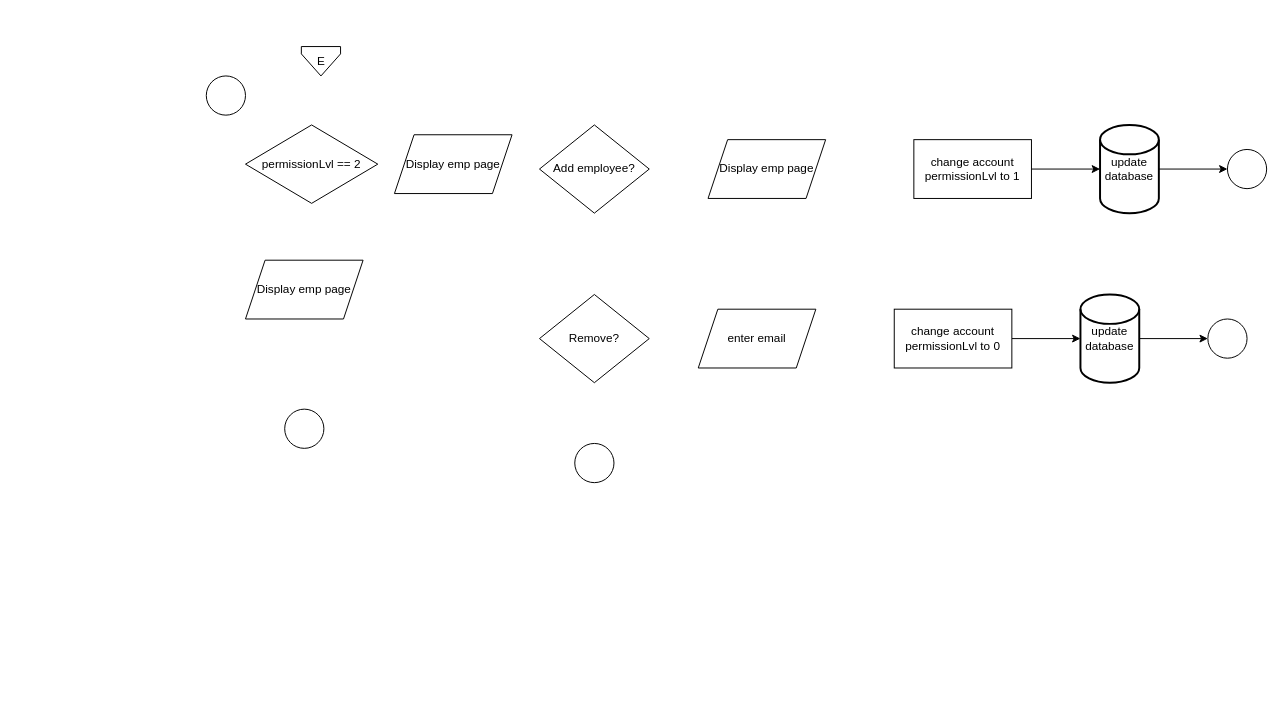
Earlier version of the draw.io diagram page "(A-3) Employee Page" (5 of 10) of Flowchart.drawio (justpaulmiguel/Web1Proj). Source tidied: cells renumbered, new cells numbered last; positions are measured from the earlier drawing's top-left corner, leaving out a move shared by most shapes. Both pictures are drawn from the tidied source at 98%, with x=0, y=0 at pixel (206, 46).
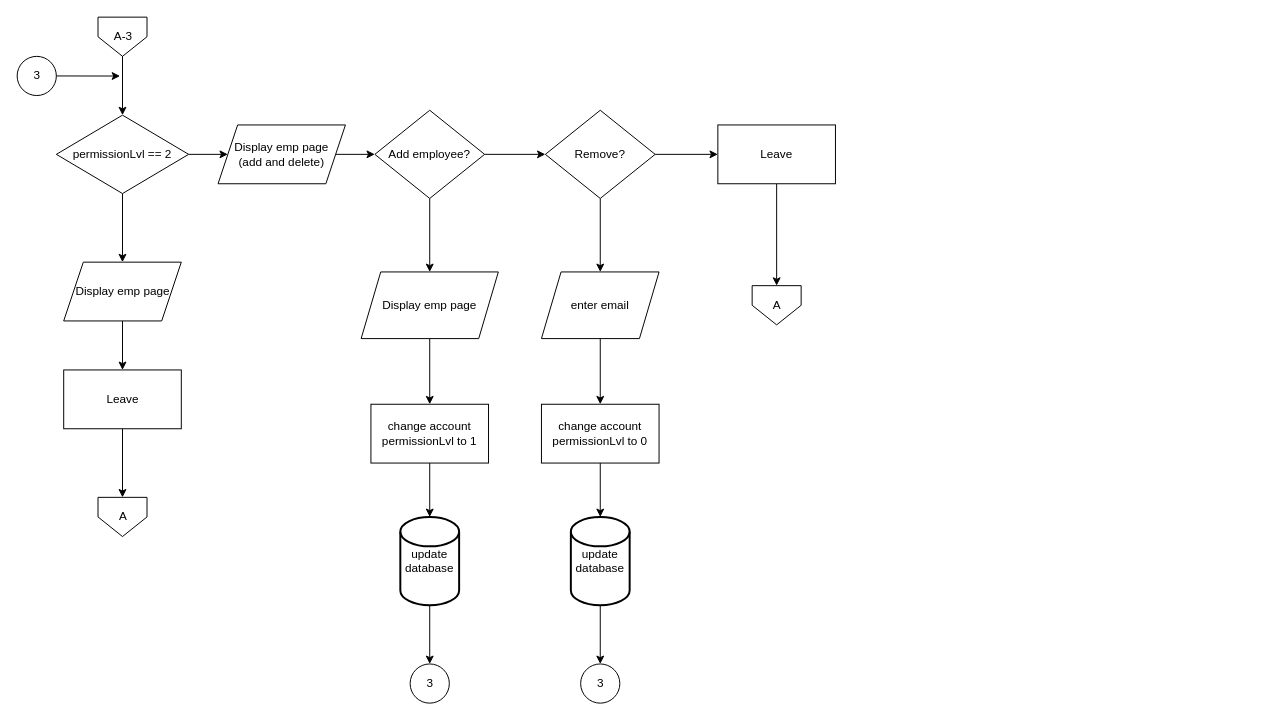
Above is the later version.

The edit, as a diff of the source:
```diff
@@
-    <mxCell id="2" value="E" style="verticalLabelPosition=middle;verticalAlign=middle;html=1;shape=offPageConnector;rounded=0;size=0.75;labelPosition=center;align=center;" parent="1" vertex="1">
-      <mxGeometry x="97" width="40" height="30" as="geometry" />
-    </mxCell>
+    <mxCell id="23" style="edgeStyle=none;html=1;exitX=0.5;exitY=1;exitDx=0;exitDy=0;entryX=0.5;entryY=0;entryDx=0;entryDy=0;" parent="1" edge="1" target="3">
+      <mxGeometry relative="1" as="geometry">
+        <mxPoint x="-85.5" as="sourcePoint" />
+      </mxGeometry>
+    </mxCell>
+    <mxCell id="24" style="edgeStyle=none;html=1;exitX=0.5;exitY=1;exitDx=0;exitDy=0;entryX=0.5;entryY=0;entryDx=0;entryDy=0;" parent="1" edge="1" source="3" target="6">
+      <mxGeometry relative="1" as="geometry" />
+    </mxCell>
+    <mxCell id="25" style="edgeStyle=none;html=1;exitX=1;exitY=0.5;exitDx=0;exitDy=0;entryX=0;entryY=0.5;entryDx=0;entryDy=0;" parent="1" edge="1" source="3" target="5">
+      <mxGeometry relative="1" as="geometry" />
+    </mxCell>
     <mxCell id="3" value="permissionLvl == 2" style="rhombus;whiteSpace=wrap;html=1;" parent="1" vertex="1">
-      <mxGeometry x="40" y="80" width="135" height="80" as="geometry" />
+      <mxGeometry x="-153" y="70" width="135" height="80" as="geometry" />
     </mxCell>
+    <mxCell id="26" style="edgeStyle=none;html=1;exitX=1;exitY=0.5;exitDx=0;exitDy=0;entryX=0;entryY=0.5;entryDx=0;entryDy=0;" parent="1" edge="1" source="4" target="7">
+      <mxGeometry relative="1" as="geometry" />
+    </mxCell>
+    <mxCell id="27" style="edgeStyle=none;html=1;exitX=0.5;exitY=1;exitDx=0;exitDy=0;" parent="1" edge="1" source="4" target="13">
+      <mxGeometry relative="1" as="geometry" />
+    </mxCell>
     <mxCell id="4" value="Add employee?" style="rhombus;whiteSpace=wrap;html=1;" parent="1" vertex="1">
-      <mxGeometry x="340" y="80" width="112" height="90" as="geometry" />
+      <mxGeometry x="172" y="65" width="112" height="90" as="geometry" />
     </mxCell>
+    <mxCell id="28" style="edgeStyle=none;html=1;exitX=1;exitY=0.5;exitDx=0;exitDy=0;entryX=0;entryY=0.5;entryDx=0;entryDy=0;" parent="1" edge="1" source="5" target="4">
+      <mxGeometry relative="1" as="geometry" />
+    </mxCell>
-    <mxCell id="5" value="Display emp page" style="shape=parallelogram;perimeter=parallelogramPerimeter;whiteSpace=wrap;html=1;fixedSize=1;" parent="1" vertex="1">
-      <mxGeometry x="192" y="90" width="120" height="60" as="geometry" />
+    <mxCell id="5" value="Display emp page&lt;br&gt;(add and delete)" style="shape=parallelogram;perimeter=parallelogramPerimeter;whiteSpace=wrap;html=1;fixedSize=1;" parent="1" vertex="1">
+      <mxGeometry x="12" y="80" width="130" height="60" as="geometry" />
     </mxCell>
+    <mxCell id="29" style="edgeStyle=none;html=1;exitX=0.5;exitY=1;exitDx=0;exitDy=0;" parent="1" edge="1" source="6" target="38">
+      <mxGeometry relative="1" as="geometry" />
+    </mxCell>
     <mxCell id="6" value="Display emp page" style="shape=parallelogram;perimeter=parallelogramPerimeter;whiteSpace=wrap;html=1;fixedSize=1;" parent="1" vertex="1">
-      <mxGeometry x="40" y="218" width="120" height="60" as="geometry" />
+      <mxGeometry x="-145.5" y="220" width="120" height="60" as="geometry" />
     </mxCell>
+    <mxCell id="30" style="edgeStyle=none;html=1;exitX=0.5;exitY=1;exitDx=0;exitDy=0;entryX=0.5;entryY=0;entryDx=0;entryDy=0;" parent="1" edge="1" source="7" target="14">
+      <mxGeometry relative="1" as="geometry" />
+    </mxCell>
+    <mxCell id="31" style="edgeStyle=none;html=1;exitX=1;exitY=0.5;exitDx=0;exitDy=0;entryX=0;entryY=0.5;entryDx=0;entryDy=0;" parent="1" edge="1" source="7" target="36">
+      <mxGeometry relative="1" as="geometry" />
+    </mxCell>
     <mxCell id="7" value="Remove?" style="rhombus;whiteSpace=wrap;html=1;" parent="1" vertex="1">
-      <mxGeometry x="340" y="253" width="112" height="90" as="geometry" />
+      <mxGeometry x="346" y="65" width="112" height="90" as="geometry" />
     </mxCell>
-    <mxCell id="8" style="edgeStyle=orthogonalEdgeStyle;rounded=0;jettySize=auto;html=1;exitX=1;exitY=0.5;exitDx=0;exitDy=0;exitPerimeter=0;entryX=0;entryY=0.5;entryDx=0;entryDy=0;entryPerimeter=0;" parent="1" edge="1" source="9" target="10">
+    <mxCell id="8" style="edgeStyle=none;html=1;exitX=0.5;exitY=1;exitDx=0;exitDy=0;exitPerimeter=0;entryX=0.5;entryY=0;entryDx=0;entryDy=0;entryPerimeter=0;" parent="1" edge="1" source="9" target="10">
       <mxGeometry relative="1" as="geometry" />
     </mxCell>
     <mxCell id="9" value="update&lt;br&gt;database" style="strokeWidth=2;html=1;shape=mxgraph.flowchart.database;whiteSpace=wrap;" parent="1" vertex="1">
-      <mxGeometry x="912" y="80" width="60" height="90" as="geometry" />
+      <mxGeometry x="198" y="480" width="60" height="90" as="geometry" />
     </mxCell>
-    <mxCell id="10" style="verticalLabelPosition=middle;verticalAlign=middle;html=1;shape=mxgraph.flowchart.on-page_reference;labelPosition=center;align=center;" parent="1" vertex="1">
-      <mxGeometry x="1042" y="105" width="40" height="40" as="geometry" />
+    <mxCell id="10" value="3" style="verticalLabelPosition=middle;verticalAlign=middle;html=1;shape=mxgraph.flowchart.on-page_reference;labelPosition=center;align=center;" parent="1" vertex="1">
+      <mxGeometry x="208" y="630" width="40" height="40" as="geometry" />
     </mxCell>
-    <mxCell id="11" style="edgeStyle=none;html=1;exitX=1;exitY=0.5;exitDx=0;exitDy=0;entryX=0;entryY=0.5;entryDx=0;entryDy=0;entryPerimeter=0;" parent="1" edge="1" source="12" target="9">
+    <mxCell id="11" style="edgeStyle=none;html=1;exitX=0.5;exitY=1;exitDx=0;exitDy=0;entryX=0.5;entryY=0;entryDx=0;entryDy=0;entryPerimeter=0;" parent="1" edge="1" source="12" target="9">
       <mxGeometry relative="1" as="geometry" />
     </mxCell>
     <mxCell id="12" value="change account permissionLvl to 1" style="rounded=0;whiteSpace=wrap;html=1;" parent="1" vertex="1">
-      <mxGeometry x="722" y="95" width="120" height="60" as="geometry" />
+      <mxGeometry x="168" y="365" width="120" height="60" as="geometry" />
     </mxCell>
+    <mxCell id="32" style="edgeStyle=none;html=1;exitX=0.5;exitY=1;exitDx=0;exitDy=0;entryX=0.5;entryY=0;entryDx=0;entryDy=0;" parent="1" edge="1" source="13" target="12">
+      <mxGeometry relative="1" as="geometry" />
+    </mxCell>
     <mxCell id="13" value="Display emp page" style="shape=parallelogram;perimeter=parallelogramPerimeter;whiteSpace=wrap;html=1;fixedSize=1;" parent="1" vertex="1">
-      <mxGeometry x="512" y="95" width="120" height="60" as="geometry" />
+      <mxGeometry x="158" y="230" width="140" height="68" as="geometry" />
     </mxCell>
+    <mxCell id="33" style="edgeStyle=none;html=1;exitX=0.5;exitY=1;exitDx=0;exitDy=0;entryX=0.5;entryY=0;entryDx=0;entryDy=0;" parent="1" edge="1" source="14" target="19">
+      <mxGeometry relative="1" as="geometry" />
+    </mxCell>
     <mxCell id="14" value="enter email" style="shape=parallelogram;perimeter=parallelogramPerimeter;whiteSpace=wrap;html=1;fixedSize=1;" parent="1" vertex="1">
-      <mxGeometry x="502" y="268" width="120" height="60" as="geometry" />
+      <mxGeometry x="342" y="230" width="120" height="68" as="geometry" />
     </mxCell>
-    <mxCell id="15" style="edgeStyle=orthogonalEdgeStyle;rounded=0;jettySize=auto;html=1;exitX=1;exitY=0.5;exitDx=0;exitDy=0;exitPerimeter=0;entryX=0;entryY=0.5;entryDx=0;entryDy=0;entryPerimeter=0;" parent="1" edge="1" source="16" target="17">
+    <mxCell id="15" style="edgeStyle=none;html=1;exitX=0.5;exitY=1;exitDx=0;exitDy=0;exitPerimeter=0;entryX=0.5;entryY=0;entryDx=0;entryDy=0;entryPerimeter=0;" parent="1" edge="1" source="16" target="17">
       <mxGeometry relative="1" as="geometry" />
     </mxCell>
     <mxCell id="16" value="update&lt;br&gt;database" style="strokeWidth=2;html=1;shape=mxgraph.flowchart.database;whiteSpace=wrap;" parent="1" vertex="1">
-      <mxGeometry x="892" y="253" width="60" height="90" as="geometry" />
+      <mxGeometry x="372" y="480" width="60" height="90" as="geometry" />
     </mxCell>
-    <mxCell id="17" style="verticalLabelPosition=middle;verticalAlign=middle;html=1;shape=mxgraph.flowchart.on-page_reference;labelPosition=center;align=center;" parent="1" vertex="1">
-      <mxGeometry x="1022" y="278" width="40" height="40" as="geometry" />
+    <mxCell id="17" value="3" style="verticalLabelPosition=middle;verticalAlign=middle;html=1;shape=mxgraph.flowchart.on-page_reference;labelPosition=center;align=center;" parent="1" vertex="1">
+      <mxGeometry x="382" y="630" width="40" height="40" as="geometry" />
     </mxCell>
-    <mxCell id="18" style="edgeStyle=none;html=1;exitX=1;exitY=0.5;exitDx=0;exitDy=0;entryX=0;entryY=0.5;entryDx=0;entryDy=0;entryPerimeter=0;" parent="1" edge="1" source="19" target="16">
+    <mxCell id="18" style="edgeStyle=none;html=1;exitX=0.5;exitY=1;exitDx=0;exitDy=0;entryX=0.5;entryY=0;entryDx=0;entryDy=0;entryPerimeter=0;" parent="1" edge="1" source="19" target="16">
       <mxGeometry relative="1" as="geometry" />
     </mxCell>
     <mxCell id="19" value="change account permissionLvl to 0" style="rounded=0;whiteSpace=wrap;html=1;" parent="1" vertex="1">
-      <mxGeometry x="702" y="268" width="120" height="60" as="geometry" />
+      <mxGeometry x="342" y="365" width="120" height="60" as="geometry" />
     </mxCell>
-    <mxCell id="20" style="verticalLabelPosition=middle;verticalAlign=middle;html=1;shape=mxgraph.flowchart.on-page_reference;labelPosition=center;align=center;" parent="1" vertex="1">
-      <mxGeometry x="376" y="405" width="40" height="40" as="geometry" />
-    </mxCell>
-    <mxCell id="21" style="verticalLabelPosition=middle;verticalAlign=middle;html=1;shape=mxgraph.flowchart.on-page_reference;labelPosition=center;align=center;" parent="1" vertex="1">
-      <mxGeometry x="80" y="370" width="40" height="40" as="geometry" />
-    </mxCell>
+    <mxCell id="34" style="edgeStyle=none;html=1;exitX=1;exitY=0.5;exitDx=0;exitDy=0;exitPerimeter=0;" parent="1" edge="1" source="22">
+      <mxGeometry relative="1" as="geometry">
+        <mxPoint x="-88" y="30.1" as="targetPoint" />
+      </mxGeometry>
+    </mxCell>
-    <mxCell id="22" style="verticalLabelPosition=middle;verticalAlign=middle;html=1;shape=mxgraph.flowchart.on-page_reference;labelPosition=center;align=center;" parent="1" vertex="1">
-      <mxGeometry y="30" width="40" height="40" as="geometry" />
+    <mxCell id="22" value="3" style="verticalLabelPosition=middle;verticalAlign=middle;html=1;shape=mxgraph.flowchart.on-page_reference;labelPosition=center;align=center;" parent="1" vertex="1">
+      <mxGeometry x="-193" y="10" width="40" height="40" as="geometry" />
     </mxCell>
+    <mxCell id="35" style="edgeStyle=none;html=1;exitX=0.5;exitY=1;exitDx=0;exitDy=0;entryX=0.5;entryY=0;entryDx=0;entryDy=0;" parent="1" edge="1" source="36" target="41">
+      <mxGeometry relative="1" as="geometry" />
+    </mxCell>
+    <mxCell id="36" value="Leave" style="rounded=0;whiteSpace=wrap;html=1;" parent="1" vertex="1">
+      <mxGeometry x="522" y="80" width="120" height="60" as="geometry" />
+    </mxCell>
+    <mxCell id="37" style="edgeStyle=none;html=1;exitX=0.5;exitY=1;exitDx=0;exitDy=0;entryX=0.5;entryY=0;entryDx=0;entryDy=0;" parent="1" edge="1" source="38" target="39">
+      <mxGeometry relative="1" as="geometry" />
+    </mxCell>
+    <mxCell id="38" value="Leave" style="rounded=0;whiteSpace=wrap;html=1;" parent="1" vertex="1">
+      <mxGeometry x="-145.5" y="330" width="120" height="60" as="geometry" />
+    </mxCell>
+    <mxCell id="39" value="A" style="verticalLabelPosition=middle;verticalAlign=middle;html=1;shape=offPageConnector;rounded=0;size=0.5;labelPosition=center;align=center;" parent="1" vertex="1">
+      <mxGeometry x="-110.5" y="460" width="50" height="40" as="geometry" />
+    </mxCell>
+    <mxCell id="40" value="A-3" style="verticalLabelPosition=middle;verticalAlign=middle;html=1;shape=offPageConnector;rounded=0;size=0.5;labelPosition=center;align=center;" parent="1" vertex="1">
+      <mxGeometry x="-110.5" y="-30" width="50" height="40" as="geometry" />
+    </mxCell>
+    <mxCell id="41" value="A" style="verticalLabelPosition=middle;verticalAlign=middle;html=1;shape=offPageConnector;rounded=0;size=0.5;labelPosition=center;align=center;" parent="1" vertex="1">
+      <mxGeometry x="557" y="244" width="50" height="40" as="geometry" />
+    </mxCell>
```
